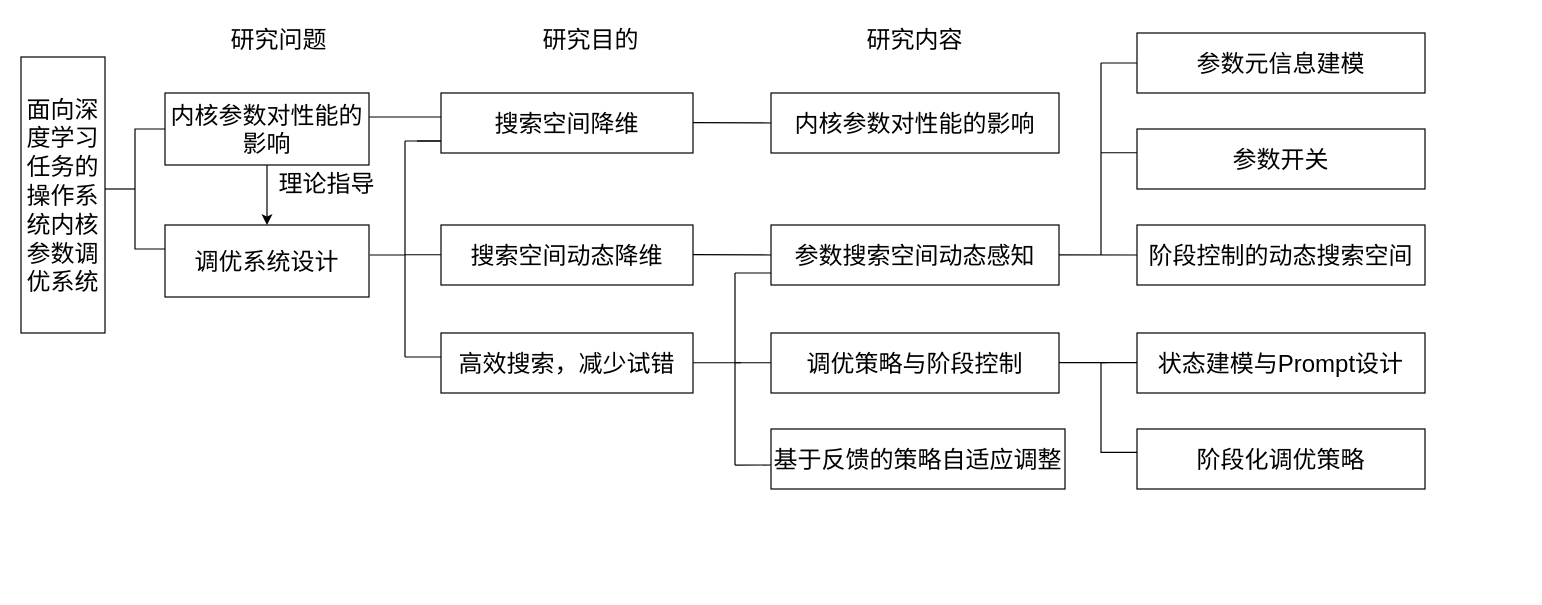
Above: 硕士论文1.drawio in DonCoyi/_pictures (draw.io), before the change. Source tidied: cells renumbered, new cells numbered last; positions are measured from the earlier drawing's top-left corner, leaving out a move shared by most shapes. Both pictures are drawn from the tidied source at 120%, with x=0, y=0 at pixel (20, 20).
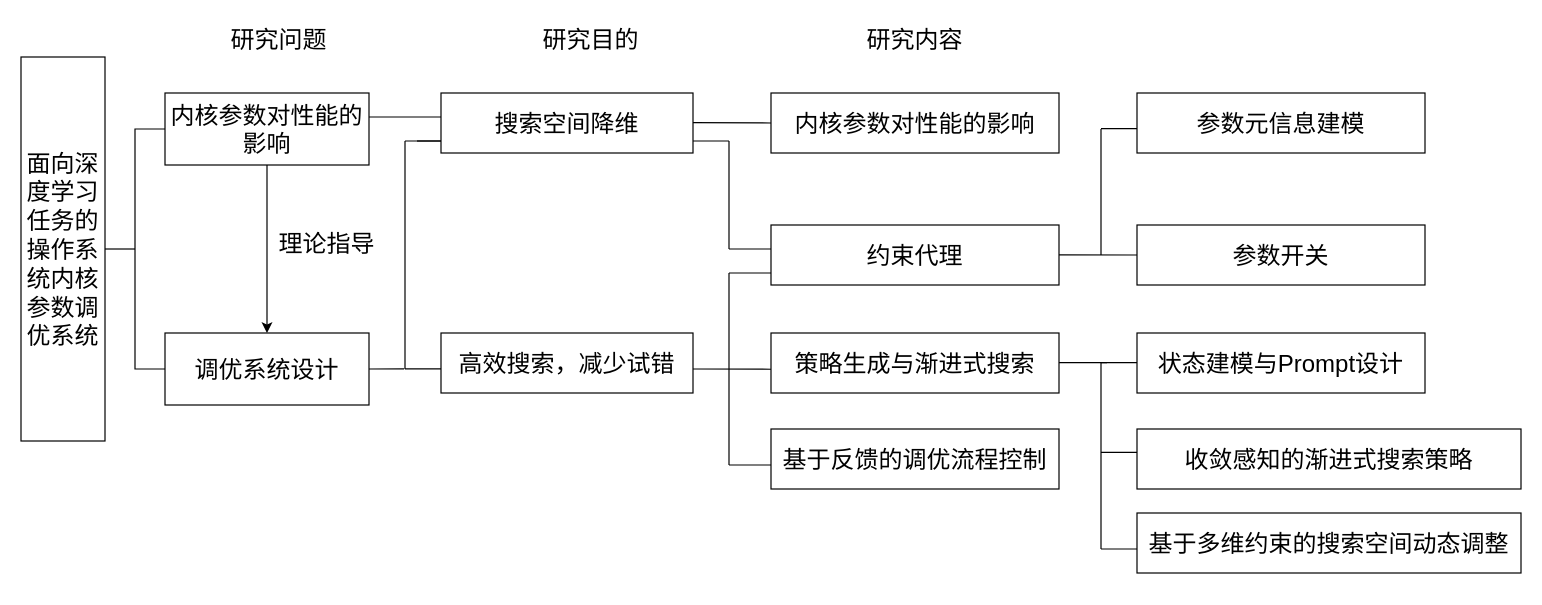
The same diagram, later.

Commit message:
更新硕士论文1.drawio

What changed in the source:
```diff
@@
     <mxCell id="2" value="&lt;p class=&quot;MsoNormal&quot; align=&quot;center&quot; style=&quot;text-indent: 0cm; line-height: 120%;&quot;&gt;&lt;font&gt;&lt;a name=&quot;_Toc162113345&quot;&gt;&lt;/a&gt;&lt;a name=&quot;_Toc162125558&quot;&gt;&lt;/a&gt;&lt;a name=&quot;_Toc162125782&quot;&gt;&lt;/a&gt;&lt;a name=&quot;_Toc162200578&quot;&gt;&lt;/a&gt;&lt;a name=&quot;_Toc162626720&quot;&gt;&lt;/a&gt;&lt;a name=&quot;_Toc162702312&quot;&gt;&lt;/a&gt;&lt;a name=&quot;_Toc162807064&quot;&gt;&lt;span style=&quot;line-height: 120%; font-family: 宋体;&quot;&gt;面向深度学习任务的操作系统内核参数调优系统&lt;/span&gt;&lt;/a&gt;&lt;/font&gt;&lt;b&gt;&lt;span lang=&quot;EN-US&quot; style=&quot;font-size:&amp;lt;br/&amp;gt;26.0pt;mso-bidi-font-size:12.0pt;line-height:120%&quot;&gt;&lt;/span&gt;&lt;/b&gt;&lt;/p&gt;" style="rounded=0;whiteSpace=wrap;html=1;fontSize=20;" parent="1" vertex="1">
-      <mxGeometry y="30" width="70" height="230" as="geometry" />
+      <mxGeometry y="30" width="70" height="320" as="geometry" />
     </mxCell>
@@
     <mxCell id="4" value="&lt;p class=&quot;MsoNormal&quot; align=&quot;center&quot; style=&quot;text-indent: 0cm; line-height: 120%;&quot;&gt;&lt;font face=&quot;宋体&quot;&gt;&lt;span&gt;调优系统设计&lt;/span&gt;&lt;/font&gt;&lt;/p&gt;" style="rounded=0;whiteSpace=wrap;html=1;fontSize=20;" parent="1" vertex="1">
-      <mxGeometry x="120" y="170" width="170" height="60" as="geometry" />
+      <mxGeometry x="120" y="260" width="170" height="60" as="geometry" />
     </mxCell>
@@
-    <mxCell id="11" value="&lt;p class=&quot;MsoNormal&quot; align=&quot;center&quot; style=&quot;text-indent: 0cm; line-height: 120%;&quot;&gt;&lt;font face=&quot;宋体&quot;&gt;&lt;span&gt;调优策略与阶段控制&lt;/span&gt;&lt;/font&gt;&lt;/p&gt;" style="rounded=0;whiteSpace=wrap;html=1;fontSize=20;" parent="1" vertex="1">
+    <mxCell id="11" value="&lt;p class=&quot;MsoNormal&quot; align=&quot;center&quot; style=&quot;text-indent: 0cm; line-height: 120%;&quot;&gt;&lt;span style=&quot;font-family: 宋体;&quot;&gt;策略生成与渐进式搜索&lt;/span&gt;&lt;/p&gt;" style="rounded=0;whiteSpace=wrap;html=1;fontSize=20;" parent="1" vertex="1">
       <mxGeometry x="625" y="260" width="240" height="50" as="geometry" />
     </mxCell>
-    <mxCell id="12" value="&lt;p class=&quot;MsoNormal&quot; align=&quot;center&quot; style=&quot;text-indent: 0cm; line-height: 120%;&quot;&gt;&lt;font face=&quot;宋体&quot;&gt;&lt;span&gt;基于反馈的策略自适应调整&lt;/span&gt;&lt;/font&gt;&lt;/p&gt;" style="rounded=0;whiteSpace=wrap;html=1;fontSize=20;" parent="1" vertex="1">
-      <mxGeometry x="625" y="340" width="245" height="50" as="geometry" />
-    </mxCell>
-    <mxCell id="13" value="&lt;p class=&quot;MsoNormal&quot; align=&quot;center&quot; style=&quot;text-indent: 0cm; line-height: 120%;&quot;&gt;&lt;font face=&quot;宋体&quot;&gt;&lt;span&gt;参数搜索空间动态感知&lt;/span&gt;&lt;/font&gt;&lt;/p&gt;" style="rounded=0;whiteSpace=wrap;html=1;fontSize=20;" parent="1" vertex="1">
+    <mxCell id="13" value="&lt;p class=&quot;MsoNormal&quot; align=&quot;center&quot; style=&quot;text-indent: 0cm; line-height: 120%;&quot;&gt;&lt;font face=&quot;宋体&quot;&gt;约束代理&lt;/font&gt;&lt;/p&gt;" style="rounded=0;whiteSpace=wrap;html=1;fontSize=20;" parent="1" vertex="1">
       <mxGeometry x="625" y="170" width="240" height="50" as="geometry" />
     </mxCell>
     <mxCell id="14" style="strokeWidth=1;html=1;shape=mxgraph.flowchart.annotation_2;align=left;labelPosition=right;fontSize=20;" parent="1" vertex="1">
-      <mxGeometry x="70" y="90" width="50" height="100" as="geometry" />
+      <mxGeometry x="70" y="90" width="50" height="200" as="geometry" />
     </mxCell>
@@
-    <mxCell id="17" style="endArrow=none;html=1;rounded=0;exitX=1.002;exitY=0.399;exitDx=0;exitDy=0;exitPerimeter=0;entryX=0;entryY=0.5;entryDx=0;entryDy=0;fontSize=20;" parent="1" edge="1">
+    <mxCell id="17" style="endArrow=none;html=1;rounded=0;entryX=0;entryY=0.5;entryDx=0;entryDy=0;fontSize=20;" parent="1" edge="1">
       <mxGeometry relative="1" as="geometry">
-        <mxPoint x="560" y="194.7" as="sourcePoint" />
-        <mxPoint x="625" y="195" as="targetPoint" />
+        <mxPoint x="590" y="190" as="sourcePoint" />
+        <mxPoint x="625" y="190" as="targetPoint" />
       </mxGeometry>
     </mxCell>
-    <mxCell id="18" style="endArrow=none;html=1;rounded=0;exitX=1.004;exitY=0.417;exitDx=0;exitDy=0;fontSize=20;exitPerimeter=0;" parent="1" edge="1" source="4">
+    <mxCell id="18" style="endArrow=none;html=1;rounded=0;exitX=1.004;exitY=0.417;exitDx=0;exitDy=0;fontSize=20;exitPerimeter=0;" parent="1" edge="1">
       <mxGeometry relative="1" as="geometry">
-        <mxPoint x="320" y="195" as="targetPoint" />
+        <mxPoint x="290" y="290" as="sourcePoint" />
+        <mxPoint x="319.3" y="289.9" as="targetPoint" />
       </mxGeometry>
     </mxCell>
     <mxCell id="19" style="endArrow=none;html=1;rounded=0;fontSize=20;" parent="1" edge="1">
       <mxGeometry relative="1" as="geometry">
-        <mxPoint x="320" y="280" as="sourcePoint" />
-        <mxPoint x="350" y="280" as="targetPoint" />
+        <mxPoint x="320" y="289.9" as="sourcePoint" />
+        <mxPoint x="350" y="289.9" as="targetPoint" />
       </mxGeometry>
     </mxCell>
@@
-    <mxCell id="21" style="endArrow=none;html=1;rounded=0;fontSize=20;" parent="1" edge="1">
-      <mxGeometry relative="1" as="geometry">
-        <mxPoint x="320" y="194.8" as="sourcePoint" />
-        <mxPoint x="350" y="194.8" as="targetPoint" />
-      </mxGeometry>
-    </mxCell>
     <mxCell id="22" style="endArrow=none;html=1;rounded=0;fontSize=20;" parent="1" edge="1">
       <mxGeometry relative="1" as="geometry">
         <mxPoint x="320" y="100" as="sourcePoint" />
-        <mxPoint x="320" y="280" as="targetPoint" />
+        <mxPoint x="320" y="290" as="targetPoint" />
       </mxGeometry>
     </mxCell>
-    <mxCell id="23" style="endArrow=none;html=1;rounded=0;exitX=1;exitY=0.5;exitDx=0;exitDy=0;fontSize=20;" parent="1" edge="1">
+    <mxCell id="23" style="endArrow=none;html=1;rounded=0;exitX=1;exitY=0.5;exitDx=0;exitDy=0;fontSize=20;entryX=0;entryY=0.5;entryDx=0;entryDy=0;" parent="1" edge="1">
       <mxGeometry relative="1" as="geometry">
-        <mxPoint x="560" y="284.8" as="sourcePoint" />
-        <mxPoint x="600" y="284.8" as="targetPoint" />
+        <mxPoint x="560" y="290" as="sourcePoint" />
+        <mxPoint x="625" y="290.2" as="targetPoint" />
         <Array as="points">
-          <mxPoint x="560" y="284.8" />
+          <mxPoint x="560" y="290" />
         </Array>
       </mxGeometry>
     </mxCell>
-    <mxCell id="24" style="endArrow=none;html=1;rounded=0;fontSize=20;" parent="1" edge="1">
-      <mxGeometry relative="1" as="geometry">
-        <mxPoint x="595" y="370.1" as="sourcePoint" />
-        <mxPoint x="625" y="370" as="targetPoint" />
-      </mxGeometry>
-    </mxCell>
     <mxCell id="25" style="endArrow=none;html=1;rounded=0;fontSize=20;" parent="1" edge="1">
       <mxGeometry relative="1" as="geometry">
-        <mxPoint x="595" y="210" as="sourcePoint" />
+        <mxPoint x="590" y="210" as="sourcePoint" />
         <mxPoint x="625" y="210" as="targetPoint" />
       </mxGeometry>
     </mxCell>
-    <mxCell id="26" style="endArrow=none;html=1;rounded=0;fontSize=20;" parent="1" edge="1">
-      <mxGeometry relative="1" as="geometry">
-        <mxPoint x="595" y="284.8" as="sourcePoint" />
-        <mxPoint x="625" y="284.8" as="targetPoint" />
-      </mxGeometry>
-    </mxCell>
     <mxCell id="27" style="endArrow=none;html=1;rounded=0;fontSize=20;" parent="1" edge="1">
       <mxGeometry relative="1" as="geometry">
-        <mxPoint x="595" y="210" as="sourcePoint" />
-        <mxPoint x="595" y="370" as="targetPoint" />
+        <mxPoint x="590" y="210" as="sourcePoint" />
+        <mxPoint x="590" y="370" as="targetPoint" />
       </mxGeometry>
     </mxCell>
@@
     <mxCell id="29" value="&lt;font face=&quot;宋体&quot;&gt;理论指导&lt;/font&gt;" style="text;html=1;whiteSpace=wrap;align=center;verticalAlign=middle;rounded=0;fontSize=20;" parent="1" vertex="1">
-      <mxGeometry x="210" y="120" width="90" height="30" as="geometry" />
+      <mxGeometry x="210" y="170" width="90" height="30" as="geometry" />
     </mxCell>
-    <mxCell id="30" value="&lt;p class=&quot;MsoNormal&quot; align=&quot;center&quot; style=&quot;text-indent: 0cm; line-height: 120%;&quot;&gt;&lt;font face=&quot;宋体&quot;&gt;&lt;span&gt;搜索空间动态降维&lt;/span&gt;&lt;/font&gt;&lt;/p&gt;" style="rounded=0;whiteSpace=wrap;html=1;fontSize=20;" parent="1" vertex="1">
-      <mxGeometry x="350" y="170" width="210" height="50" as="geometry" />
-    </mxCell>
@@
-    <mxCell id="33" style="endArrow=none;html=1;rounded=0;fontSize=20;" parent="1" edge="1">
-      <mxGeometry relative="1" as="geometry">
-        <mxPoint x="900" y="35" as="sourcePoint" />
-        <mxPoint x="930" y="35" as="targetPoint" />
-      </mxGeometry>
-    </mxCell>
     <mxCell id="34" style="endArrow=none;html=1;rounded=0;fontSize=20;" parent="1" edge="1">
       <mxGeometry relative="1" as="geometry">
-        <mxPoint x="900" y="109.8" as="sourcePoint" />
-        <mxPoint x="930" y="109.8" as="targetPoint" />
+        <mxPoint x="900" y="89.7" as="sourcePoint" />
+        <mxPoint x="930" y="89.7" as="targetPoint" />
       </mxGeometry>
     </mxCell>
     <mxCell id="35" style="endArrow=none;html=1;rounded=0;fontSize=20;" parent="1" edge="1">
       <mxGeometry relative="1" as="geometry">
-        <mxPoint x="900" y="35" as="sourcePoint" />
+        <mxPoint x="900" y="90" as="sourcePoint" />
         <mxPoint x="900" y="195" as="targetPoint" />
       </mxGeometry>
     </mxCell>
@@
     <mxCell id="38" style="endArrow=none;html=1;rounded=0;fontSize=20;" parent="1" edge="1">
       <mxGeometry relative="1" as="geometry">
         <mxPoint x="900" y="284.7" as="sourcePoint" />
-        <mxPoint x="900" y="360" as="targetPoint" />
+        <mxPoint x="900" y="440" as="targetPoint" />
       </mxGeometry>
     </mxCell>
@@
     <mxCell id="40" value="&lt;p class=&quot;MsoNormal&quot; align=&quot;center&quot; style=&quot;text-indent: 0cm; line-height: 120%;&quot;&gt;&lt;font face=&quot;宋体&quot;&gt;&lt;span&gt;参数元信息建模&lt;/span&gt;&lt;/font&gt;&lt;/p&gt;" style="rounded=0;whiteSpace=wrap;html=1;fontSize=20;" parent="1" vertex="1">
-      <mxGeometry x="930" y="10" width="240" height="50" as="geometry" />
+      <mxGeometry x="930" y="60" width="240" height="50" as="geometry" />
     </mxCell>
     <mxCell id="41" value="&lt;p class=&quot;MsoNormal&quot; align=&quot;center&quot; style=&quot;text-indent: 0cm; line-height: 120%;&quot;&gt;&lt;font face=&quot;宋体&quot;&gt;&lt;span&gt;参数开关&lt;/span&gt;&lt;/font&gt;&lt;/p&gt;" style="rounded=0;whiteSpace=wrap;html=1;fontSize=20;" parent="1" vertex="1">
-      <mxGeometry x="930" y="90" width="240" height="50" as="geometry" />
+      <mxGeometry x="930" y="170" width="240" height="50" as="geometry" />
     </mxCell>
-    <mxCell id="42" value="&lt;p class=&quot;MsoNormal&quot; align=&quot;center&quot; style=&quot;text-indent: 0cm; line-height: 120%;&quot;&gt;&lt;font face=&quot;宋体&quot;&gt;&lt;span&gt;阶段控制的动态搜索空间&lt;/span&gt;&lt;/font&gt;&lt;/p&gt;" style="rounded=0;whiteSpace=wrap;html=1;fontSize=20;" parent="1" vertex="1">
-      <mxGeometry x="930" y="170" width="240" height="50" as="geometry" />
+    <mxCell id="42" value="&lt;p class=&quot;MsoNormal&quot; align=&quot;center&quot; style=&quot;text-indent: 0cm; line-height: 120%;&quot;&gt;&lt;span style=&quot;line-height: 150%;&quot;&gt;&lt;font face=&quot;宋体&quot;&gt;基于多维约束的搜索空间动态调整&lt;/font&gt;&lt;/span&gt;&lt;/p&gt;" style="rounded=0;whiteSpace=wrap;html=1;fontSize=20;" parent="1" vertex="1">
+      <mxGeometry x="930" y="410" width="320" height="50" as="geometry" />
     </mxCell>
@@
-    <mxCell id="44" value="&lt;p class=&quot;MsoNormal&quot; align=&quot;center&quot; style=&quot;text-indent: 0cm; line-height: 120%;&quot;&gt;&lt;font face=&quot;宋体&quot;&gt;&lt;span&gt;阶段化调优策略&lt;/span&gt;&lt;/font&gt;&lt;/p&gt;" style="rounded=0;whiteSpace=wrap;html=1;fontSize=20;" parent="1" vertex="1">
-      <mxGeometry x="930" y="340" width="240" height="50" as="geometry" />
+    <mxCell id="44" value="&lt;p class=&quot;MsoNormal&quot; align=&quot;center&quot; style=&quot;text-indent: 0cm; line-height: 120%;&quot;&gt;&lt;span style=&quot;line-height: 150%;&quot;&gt;&lt;font face=&quot;宋体&quot;&gt;收敛感知的渐进式搜索策略&lt;/font&gt;&lt;/span&gt;&lt;/p&gt;" style="rounded=0;whiteSpace=wrap;html=1;fontSize=20;" parent="1" vertex="1">
+      <mxGeometry x="930" y="340" width="320" height="50" as="geometry" />
     </mxCell>
+    <mxCell id="45" style="endArrow=none;html=1;rounded=0;fontSize=20;" parent="1" edge="1">
+      <mxGeometry relative="1" as="geometry">
+        <mxPoint x="590" y="100" as="sourcePoint" />
+        <mxPoint x="590" y="190" as="targetPoint" />
+      </mxGeometry>
+    </mxCell>
+    <mxCell id="46" style="endArrow=none;html=1;rounded=0;fontSize=20;" parent="1" edge="1">
+      <mxGeometry relative="1" as="geometry">
+        <mxPoint x="560" y="100" as="sourcePoint" />
+        <mxPoint x="590" y="100" as="targetPoint" />
+      </mxGeometry>
+    </mxCell>
+    <mxCell id="47" style="endArrow=none;html=1;rounded=0;fontSize=20;" parent="1" edge="1">
+      <mxGeometry relative="1" as="geometry">
+        <mxPoint x="900" y="440" as="sourcePoint" />
+        <mxPoint x="930" y="440" as="targetPoint" />
+      </mxGeometry>
+    </mxCell>
+    <mxCell id="48" value="&lt;p class=&quot;MsoNormal&quot; align=&quot;center&quot; style=&quot;text-indent: 0cm; line-height: 120%;&quot;&gt;&lt;span style=&quot;font-family: 宋体;&quot;&gt;基于反馈的调优流程控制&lt;/span&gt;&lt;/p&gt;" style="rounded=0;whiteSpace=wrap;html=1;fontSize=20;" parent="1" vertex="1">
+      <mxGeometry x="625" y="340" width="240" height="50" as="geometry" />
+    </mxCell>
+    <mxCell id="49" style="endArrow=none;html=1;rounded=0;fontSize=20;" parent="1" edge="1">
+      <mxGeometry relative="1" as="geometry">
+        <mxPoint x="590" y="370" as="sourcePoint" />
+        <mxPoint x="625" y="370" as="targetPoint" />
+      </mxGeometry>
+    </mxCell>
```
